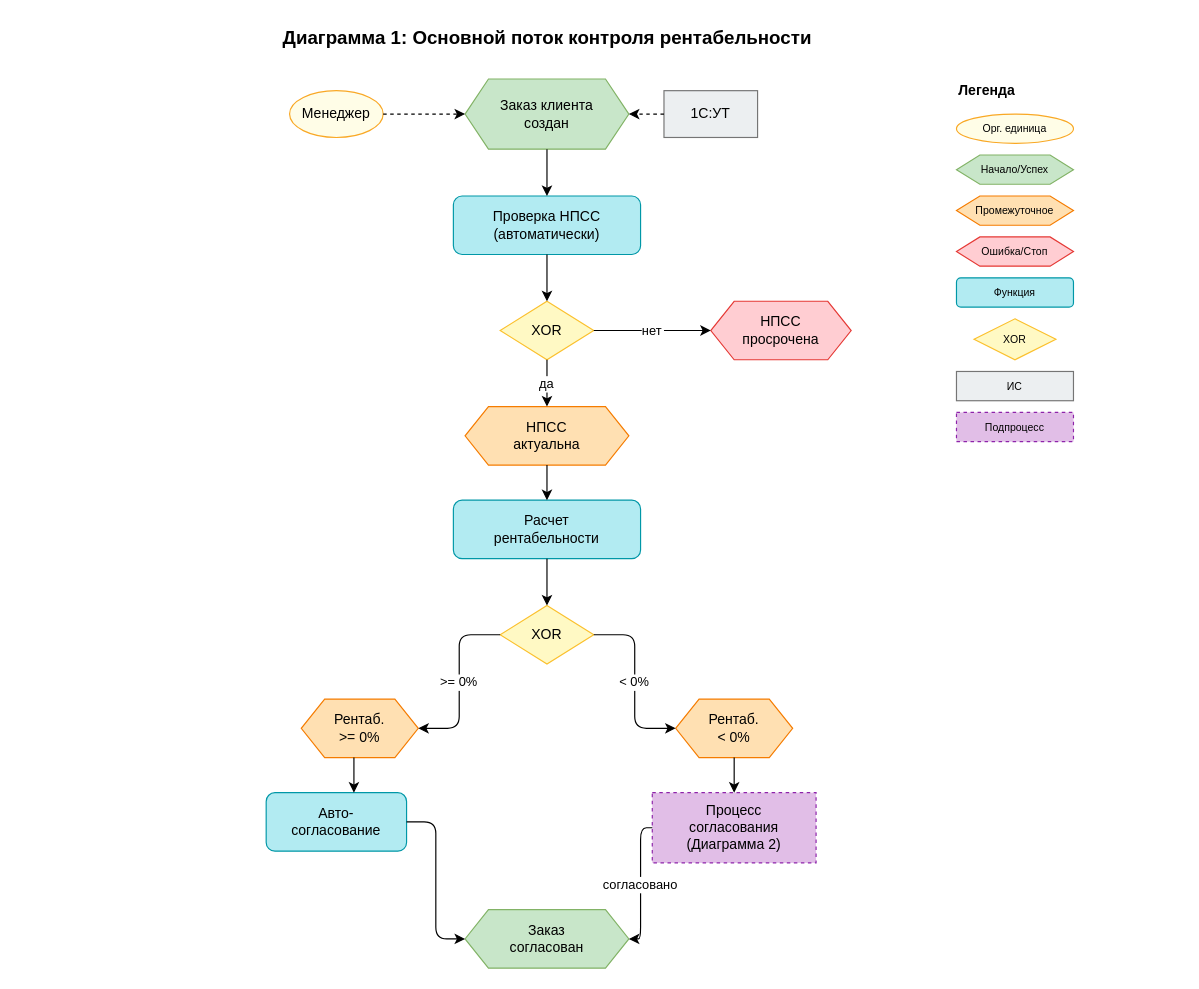
shakhovskiya-create/fm-review-system keeps this draw.io diagram as scripts/diagrams/epc_main_flow.drawio. Above is the earlier version. Source tidied: cells renumbered, new cells numbered last; positions are measured from the earlier drawing's top-left corner, leaving out a move shared by most shapes. Both pictures are drawn from the tidied source at 117%, with x=0, y=0 at pixel (254, 20).
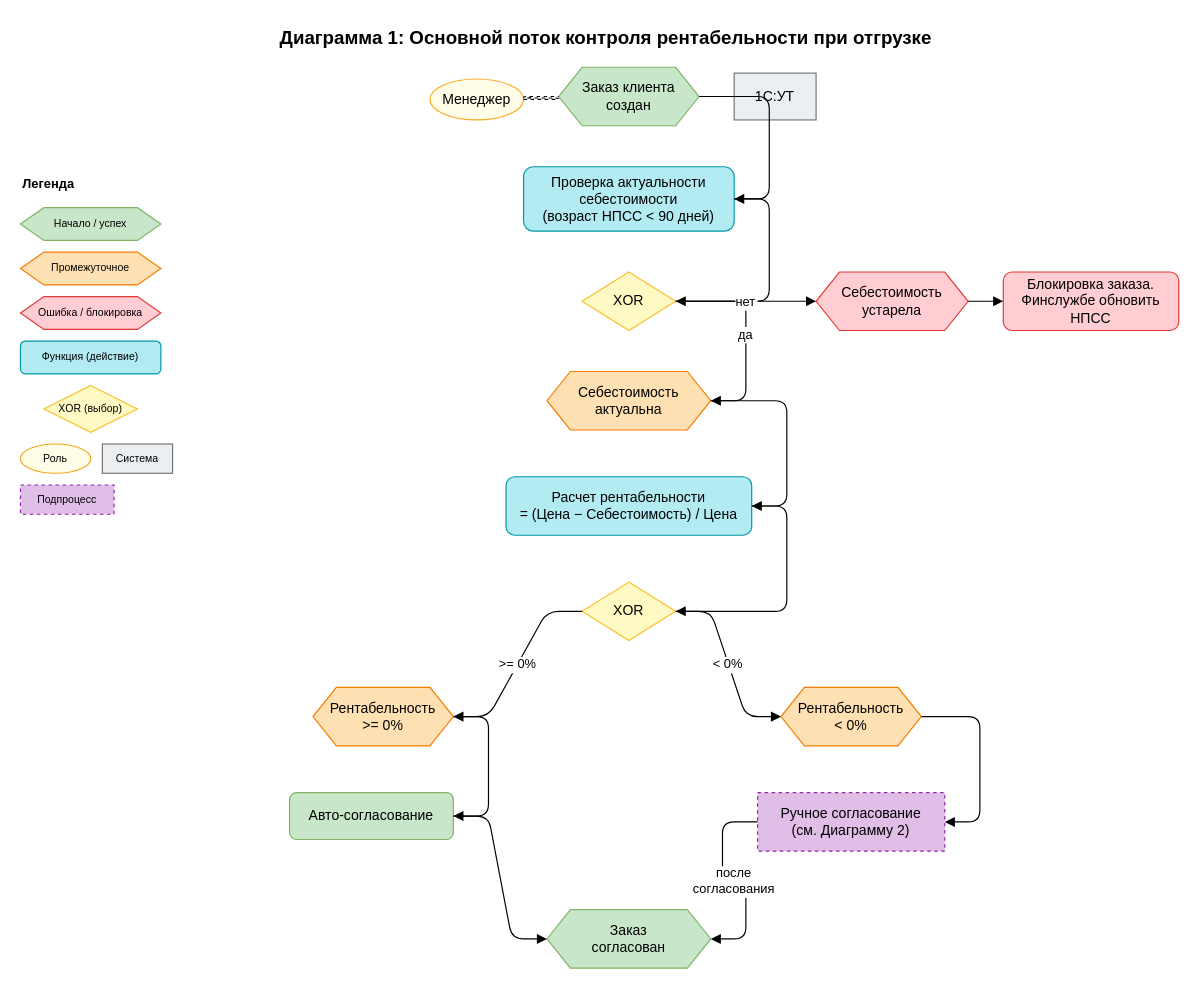
After the change.

Diff of the diagram source:
```diff
@@
-    <mxCell id="2" value="Диаграмма 1: Основной поток контроля рентабельности" style="text;html=1;strokeColor=none;fillColor=none;align=center;verticalAlign=middle;fontSize=16;fontStyle=1;" parent="1" vertex="1">
-      <mxGeometry width="500" height="30" as="geometry" />
+    <mxCell id="2" value="Диаграмма 1: Основной поток контроля рентабельности при отгрузке" style="text;html=1;strokeColor=none;fillColor=none;align=center;verticalAlign=middle;fontSize=16;fontStyle=1;" parent="1" vertex="1">
+      <mxGeometry x="50" width="500" height="30" as="geometry" />
     </mxCell>
     <mxCell id="3" value="Менеджер" style="ellipse;whiteSpace=wrap;html=1;fillColor=#FFFDE7;strokeColor=#F9A825;" parent="1" vertex="1">
-      <mxGeometry x="30" y="60" width="80" height="40" as="geometry" />
+      <mxGeometry x="150" y="50" width="80" height="35" as="geometry" />
     </mxCell>
     <mxCell id="4" value="Заказ клиента&#10;создан" style="shape=hexagon;perimeter=hexagonPerimeter2;whiteSpace=wrap;html=1;fixedSize=1;fillColor=#C8E6C9;strokeColor=#82B366;" parent="1" vertex="1">
-      <mxGeometry x="180" y="50" width="140" height="60" as="geometry" />
+      <mxGeometry x="260" y="40" width="120" height="50" as="geometry" />
     </mxCell>
     <mxCell id="5" value="1С:УТ" style="rounded=0;whiteSpace=wrap;html=1;fillColor=#ECEFF1;strokeColor=#757575;" parent="1" vertex="1">
-      <mxGeometry x="350" y="60" width="80" height="40" as="geometry" />
+      <mxGeometry x="410" y="45" width="70" height="40" as="geometry" />
     </mxCell>
-    <mxCell id="6" value="Проверка НПСС&#10;(автоматически)" style="rounded=1;whiteSpace=wrap;html=1;fillColor=#B2EBF2;strokeColor=#0097A7;" parent="1" vertex="1">
-      <mxGeometry x="170" y="150" width="160" height="50" as="geometry" />
+    <mxCell id="6" value="Проверка актуальности&#10;себестоимости&#10;(возраст НПСС &lt; 90 дней)" style="rounded=1;whiteSpace=wrap;html=1;fillColor=#B2EBF2;strokeColor=#0097A7;" parent="1" vertex="1">
+      <mxGeometry x="230" y="125" width="180" height="55" as="geometry" />
     </mxCell>
     <mxCell id="7" value="XOR" style="rhombus;whiteSpace=wrap;html=1;fillColor=#FFF9C4;strokeColor=#FBC02D;" parent="1" vertex="1">
-      <mxGeometry x="210" y="240" width="80" height="50" as="geometry" />
+      <mxGeometry x="280" y="215" width="80" height="50" as="geometry" />
     </mxCell>
-    <mxCell id="8" value="НПСС&#10;актуальна" style="shape=hexagon;perimeter=hexagonPerimeter2;whiteSpace=wrap;html=1;fixedSize=1;fillColor=#FFE0B2;strokeColor=#F57C00;" parent="1" vertex="1">
-      <mxGeometry x="180" y="330" width="140" height="50" as="geometry" />
+    <mxCell id="8" value="Себестоимость&#10;актуальна" style="shape=hexagon;perimeter=hexagonPerimeter2;whiteSpace=wrap;html=1;fixedSize=1;fillColor=#FFE0B2;strokeColor=#F57C00;" parent="1" vertex="1">
+      <mxGeometry x="250" y="300" width="140" height="50" as="geometry" />
     </mxCell>
-    <mxCell id="9" value="НПСС&#10;просрочена" style="shape=hexagon;perimeter=hexagonPerimeter2;whiteSpace=wrap;html=1;fixedSize=1;fillColor=#FFCDD2;strokeColor=#E53935;" parent="1" vertex="1">
-      <mxGeometry x="390" y="240" width="120" height="50" as="geometry" />
+    <mxCell id="9" value="Себестоимость&#10;устарела" style="shape=hexagon;perimeter=hexagonPerimeter2;whiteSpace=wrap;html=1;fixedSize=1;fillColor=#FFCDD2;strokeColor=#E53935;" parent="1" vertex="1">
+      <mxGeometry x="480" y="215" width="130" height="50" as="geometry" />
     </mxCell>
+    <mxCell id="40" value="Блокировка заказа.&#10;Финслужбе обновить НПСС" style="rounded=1;whiteSpace=wrap;html=1;fillColor=#FFCDD2;strokeColor=#E53935;" parent="1" vertex="1">
+      <mxGeometry x="640" y="215" width="150" height="50" as="geometry" />
+    </mxCell>
-    <mxCell id="10" value="Расчет&#10;рентабельности" style="rounded=1;whiteSpace=wrap;html=1;fillColor=#B2EBF2;strokeColor=#0097A7;" parent="1" vertex="1">
-      <mxGeometry x="170" y="410" width="160" height="50" as="geometry" />
+    <mxCell id="10" value="Расчет рентабельности&#10;= (Цена − Себестоимость) / Цена" style="rounded=1;whiteSpace=wrap;html=1;fillColor=#B2EBF2;strokeColor=#0097A7;" parent="1" vertex="1">
+      <mxGeometry x="215" y="390" width="210" height="50" as="geometry" />
     </mxCell>
     <mxCell id="11" value="XOR" style="rhombus;whiteSpace=wrap;html=1;fillColor=#FFF9C4;strokeColor=#FBC02D;" parent="1" vertex="1">
-      <mxGeometry x="210" y="500" width="80" height="50" as="geometry" />
+      <mxGeometry x="280" y="480" width="80" height="50" as="geometry" />
     </mxCell>
-    <mxCell id="12" value="Рентаб.&#10;&gt;= 0%" style="shape=hexagon;perimeter=hexagonPerimeter2;whiteSpace=wrap;html=1;fixedSize=1;fillColor=#FFE0B2;strokeColor=#F57C00;" parent="1" vertex="1">
-      <mxGeometry x="40" y="580" width="100" height="50" as="geometry" />
+    <mxCell id="12" value="Рентабельность&#10;&gt;= 0%" style="shape=hexagon;perimeter=hexagonPerimeter2;whiteSpace=wrap;html=1;fixedSize=1;fillColor=#FFE0B2;strokeColor=#F57C00;" parent="1" vertex="1">
+      <mxGeometry x="50" y="570" width="120" height="50" as="geometry" />
     </mxCell>
-    <mxCell id="13" value="Рентаб.&#10;&lt; 0%" style="shape=hexagon;perimeter=hexagonPerimeter2;whiteSpace=wrap;html=1;fixedSize=1;fillColor=#FFE0B2;strokeColor=#F57C00;" parent="1" vertex="1">
-      <mxGeometry x="360" y="580" width="100" height="50" as="geometry" />
+    <mxCell id="13" value="Рентабельность&#10;&lt; 0%" style="shape=hexagon;perimeter=hexagonPerimeter2;whiteSpace=wrap;html=1;fixedSize=1;fillColor=#FFE0B2;strokeColor=#F57C00;" parent="1" vertex="1">
+      <mxGeometry x="450" y="570" width="120" height="50" as="geometry" />
     </mxCell>
-    <mxCell id="14" value="Авто-&#10;согласование" style="rounded=1;whiteSpace=wrap;html=1;fillColor=#B2EBF2;strokeColor=#0097A7;" parent="1" vertex="1">
-      <mxGeometry x="10" y="660" width="120" height="50" as="geometry" />
+    <mxCell id="14" value="Авто-согласование" style="rounded=1;whiteSpace=wrap;html=1;fillColor=#C8E6C9;strokeColor=#82B366;" parent="1" vertex="1">
+      <mxGeometry x="30" y="660" width="140" height="40" as="geometry" />
     </mxCell>
-    <mxCell id="15" value="Процесс&#10;согласования&#10;(Диаграмма 2)" style="rounded=0;whiteSpace=wrap;html=1;fillColor=#E1BEE7;strokeColor=#8E24AA;dashed=1;" parent="1" vertex="1">
-      <mxGeometry x="340" y="660" width="140" height="60" as="geometry" />
+    <mxCell id="15" value="Ручное согласование&#10;(см. Диаграмму 2)" style="rounded=0;whiteSpace=wrap;html=1;fillColor=#E1BEE7;strokeColor=#8E24AA;dashed=1;" parent="1" vertex="1">
+      <mxGeometry x="430" y="660" width="160" height="50" as="geometry" />
     </mxCell>
     <mxCell id="16" value="Заказ&#10;согласован" style="shape=hexagon;perimeter=hexagonPerimeter2;whiteSpace=wrap;html=1;fixedSize=1;fillColor=#C8E6C9;strokeColor=#82B366;" parent="1" vertex="1">
-      <mxGeometry x="180" y="760" width="140" height="50" as="geometry" />
+      <mxGeometry x="250" y="760" width="140" height="50" as="geometry" />
     </mxCell>
-    <mxCell id="17" style="edgeStyle=elbowEdgeStyle;rounded=1;dashed=1;" parent="1" edge="1" source="3" target="4">
+    <mxCell id="17" style="edgeStyle=entityRelationEdgeStyle;rounded=1;dashed=1;endArrow=none;" parent="1" edge="1" source="3" target="4">
       <mxGeometry relative="1" as="geometry" />
     </mxCell>
+    <mxCell id="19" style="edgeStyle=entityRelationEdgeStyle;rounded=1;dashed=1;endArrow=none;" parent="1" edge="1" source="5" target="4">
+      <mxGeometry relative="1" as="geometry" />
+    </mxCell>
-    <mxCell id="18" style="edgeStyle=elbowEdgeStyle;rounded=1;" parent="1" edge="1" source="4" target="6">
+    <mxCell id="18" style="edgeStyle=entityRelationEdgeStyle;rounded=1;endArrow=block;endFill=1;" parent="1" edge="1" source="4" target="6">
       <mxGeometry relative="1" as="geometry" />
     </mxCell>
-    <mxCell id="19" style="edgeStyle=elbowEdgeStyle;rounded=1;dashed=1;" parent="1" edge="1" source="5" target="4">
-      <mxGeometry relative="1" as="geometry" />
-    </mxCell>
-    <mxCell id="20" style="edgeStyle=elbowEdgeStyle;rounded=1;" parent="1" edge="1" source="6" target="7">
+    <mxCell id="20" style="edgeStyle=entityRelationEdgeStyle;rounded=1;endArrow=block;endFill=1;" parent="1" edge="1" source="6" target="7">
       <mxGeometry relative="1" as="geometry" />
     </mxCell>
-    <mxCell id="21" value="да" style="edgeStyle=elbowEdgeStyle;rounded=1;" parent="1" edge="1" source="7" target="8">
+    <mxCell id="21" value="да" style="edgeStyle=entityRelationEdgeStyle;rounded=1;endArrow=block;endFill=1;" parent="1" edge="1" source="7" target="8">
       <mxGeometry relative="1" as="geometry" />
     </mxCell>
-    <mxCell id="22" value="нет" style="edgeStyle=elbowEdgeStyle;rounded=1;" parent="1" edge="1" source="7" target="9">
+    <mxCell id="22" value="нет" style="edgeStyle=entityRelationEdgeStyle;rounded=1;endArrow=block;endFill=1;" parent="1" edge="1" source="7" target="9">
       <mxGeometry relative="1" as="geometry" />
     </mxCell>
+    <mxCell id="41" style="edgeStyle=entityRelationEdgeStyle;rounded=1;endArrow=block;endFill=1;" parent="1" edge="1" source="9" target="40">
+      <mxGeometry relative="1" as="geometry" />
+    </mxCell>
-    <mxCell id="23" style="edgeStyle=elbowEdgeStyle;rounded=1;" parent="1" edge="1" source="8" target="10">
+    <mxCell id="23" style="edgeStyle=entityRelationEdgeStyle;rounded=1;endArrow=block;endFill=1;" parent="1" edge="1" source="8" target="10">
       <mxGeometry relative="1" as="geometry" />
     </mxCell>
-    <mxCell id="24" style="edgeStyle=elbowEdgeStyle;rounded=1;" parent="1" edge="1" source="10" target="11">
+    <mxCell id="24" style="edgeStyle=entityRelationEdgeStyle;rounded=1;endArrow=block;endFill=1;" parent="1" edge="1" source="10" target="11">
       <mxGeometry relative="1" as="geometry" />
     </mxCell>
-    <mxCell id="25" value="&gt;= 0%" style="edgeStyle=elbowEdgeStyle;rounded=1;" parent="1" edge="1" source="11" target="12">
+    <mxCell id="25" value="&gt;= 0%" style="edgeStyle=entityRelationEdgeStyle;rounded=1;endArrow=block;endFill=1;" parent="1" edge="1" source="11" target="12">
       <mxGeometry relative="1" as="geometry" />
     </mxCell>
-    <mxCell id="26" value="&lt; 0%" style="edgeStyle=elbowEdgeStyle;rounded=1;" parent="1" edge="1" source="11" target="13">
+    <mxCell id="26" value="&lt; 0%" style="edgeStyle=entityRelationEdgeStyle;rounded=1;endArrow=block;endFill=1;" parent="1" edge="1" source="11" target="13">
       <mxGeometry relative="1" as="geometry" />
     </mxCell>
-    <mxCell id="27" style="edgeStyle=elbowEdgeStyle;rounded=1;" parent="1" edge="1" source="12" target="14">
+    <mxCell id="27" style="edgeStyle=entityRelationEdgeStyle;rounded=1;endArrow=block;endFill=1;" parent="1" edge="1" source="12" target="14">
       <mxGeometry relative="1" as="geometry" />
     </mxCell>
-    <mxCell id="28" style="edgeStyle=elbowEdgeStyle;rounded=1;" parent="1" edge="1" source="13" target="15">
+    <mxCell id="28" style="edgeStyle=entityRelationEdgeStyle;rounded=1;endArrow=block;endFill=1;" parent="1" edge="1" source="13" target="15">
       <mxGeometry relative="1" as="geometry" />
     </mxCell>
-    <mxCell id="29" style="edgeStyle=elbowEdgeStyle;rounded=1;" parent="1" edge="1" source="14" target="16">
+    <mxCell id="29" style="edgeStyle=entityRelationEdgeStyle;rounded=1;endArrow=block;endFill=1;" parent="1" edge="1" source="14" target="16">
       <mxGeometry relative="1" as="geometry" />
     </mxCell>
-    <mxCell id="30" value="согласовано" style="edgeStyle=elbowEdgeStyle;rounded=1;" parent="1" edge="1" source="15" target="16">
+    <mxCell id="30" value="после&#10;согласования" style="edgeStyle=entityRelationEdgeStyle;rounded=1;endArrow=block;endFill=1;" parent="1" edge="1" source="15" target="16">
       <mxGeometry relative="1" as="geometry" />
     </mxCell>
-    <mxCell id="31" value="Легенда" style="text;html=1;strokeColor=none;fillColor=none;align=left;verticalAlign=middle;fontSize=12;fontStyle=1;" parent="1" vertex="1">
-      <mxGeometry x="600" y="50" width="100" height="20" as="geometry" />
+    <mxCell id="31" value="Легенда" style="text;html=1;strokeColor=none;fillColor=none;align=left;verticalAlign=middle;fontSize=11;fontStyle=1;" parent="1" vertex="1">
+      <mxGeometry x="-200" y="130" width="80" height="20" as="geometry" />
     </mxCell>
-    <mxCell id="32" value="Орг. единица" style="ellipse;whiteSpace=wrap;html=1;fillColor=#FFFDE7;strokeColor=#F9A825;fontSize=9;" parent="1" vertex="1">
-      <mxGeometry x="600" y="80" width="100" height="25" as="geometry" />
-    </mxCell>
-    <mxCell id="33" value="Начало/Успех" style="shape=hexagon;perimeter=hexagonPerimeter2;whiteSpace=wrap;html=1;fixedSize=1;fillColor=#C8E6C9;strokeColor=#82B366;fontSize=9;" parent="1" vertex="1">
-      <mxGeometry x="600" y="115" width="100" height="25" as="geometry" />
-    </mxCell>
+    <mxCell id="42" value="Начало / успех" style="shape=hexagon;perimeter=hexagonPerimeter2;whiteSpace=wrap;html=1;fixedSize=1;fillColor=#C8E6C9;strokeColor=#82B366;fontSize=9;" parent="1" vertex="1">
+      <mxGeometry x="-200" y="160" width="120" height="28" as="geometry" />
+    </mxCell>
     <mxCell id="34" value="Промежуточное" style="shape=hexagon;perimeter=hexagonPerimeter2;whiteSpace=wrap;html=1;fixedSize=1;fillColor=#FFE0B2;strokeColor=#F57C00;fontSize=9;" parent="1" vertex="1">
-      <mxGeometry x="600" y="150" width="100" height="25" as="geometry" />
+      <mxGeometry x="-200" y="198" width="120" height="28" as="geometry" />
     </mxCell>
-    <mxCell id="35" value="Ошибка/Стоп" style="shape=hexagon;perimeter=hexagonPerimeter2;whiteSpace=wrap;html=1;fixedSize=1;fillColor=#FFCDD2;strokeColor=#E53935;fontSize=9;" parent="1" vertex="1">
-      <mxGeometry x="600" y="185" width="100" height="25" as="geometry" />
-    </mxCell>
-    <mxCell id="36" value="Функция" style="rounded=1;whiteSpace=wrap;html=1;fillColor=#B2EBF2;strokeColor=#0097A7;fontSize=9;" parent="1" vertex="1">
-      <mxGeometry x="600" y="220" width="100" height="25" as="geometry" />
-    </mxCell>
-    <mxCell id="37" value="XOR" style="rhombus;whiteSpace=wrap;html=1;fillColor=#FFF9C4;strokeColor=#FBC02D;fontSize=9;" parent="1" vertex="1">
-      <mxGeometry x="615" y="255" width="70" height="35" as="geometry" />
-    </mxCell>
-    <mxCell id="38" value="ИС" style="rounded=0;whiteSpace=wrap;html=1;fillColor=#ECEFF1;strokeColor=#757575;fontSize=9;" parent="1" vertex="1">
-      <mxGeometry x="600" y="300" width="100" height="25" as="geometry" />
-    </mxCell>
+    <mxCell id="43" value="Ошибка / блокировка" style="shape=hexagon;perimeter=hexagonPerimeter2;whiteSpace=wrap;html=1;fixedSize=1;fillColor=#FFCDD2;strokeColor=#E53935;fontSize=9;" parent="1" vertex="1">
+      <mxGeometry x="-200" y="236" width="120" height="28" as="geometry" />
+    </mxCell>
+    <mxCell id="44" value="Функция (действие)" style="rounded=1;whiteSpace=wrap;html=1;fillColor=#B2EBF2;strokeColor=#0097A7;fontSize=9;" parent="1" vertex="1">
+      <mxGeometry x="-200" y="274" width="120" height="28" as="geometry" />
+    </mxCell>
+    <mxCell id="45" value="XOR (выбор)" style="rhombus;whiteSpace=wrap;html=1;fillColor=#FFF9C4;strokeColor=#FBC02D;fontSize=9;" parent="1" vertex="1">
+      <mxGeometry x="-180" y="312" width="80" height="40" as="geometry" />
+    </mxCell>
+    <mxCell id="46" value="Роль" style="ellipse;whiteSpace=wrap;html=1;fillColor=#FFFDE7;strokeColor=#F9A825;fontSize=9;" parent="1" vertex="1">
+      <mxGeometry x="-200" y="362" width="60" height="25" as="geometry" />
+    </mxCell>
+    <mxCell id="47" value="Система" style="rounded=0;whiteSpace=wrap;html=1;fillColor=#ECEFF1;strokeColor=#757575;fontSize=9;" parent="1" vertex="1">
+      <mxGeometry x="-130" y="362" width="60" height="25" as="geometry" />
+    </mxCell>
     <mxCell id="39" value="Подпроцесс" style="rounded=0;whiteSpace=wrap;html=1;fillColor=#E1BEE7;strokeColor=#8E24AA;dashed=1;fontSize=9;" parent="1" vertex="1">
-      <mxGeometry x="600" y="335" width="100" height="25" as="geometry" />
+      <mxGeometry x="-200" y="397" width="80" height="25" as="geometry" />
     </mxCell>
```
